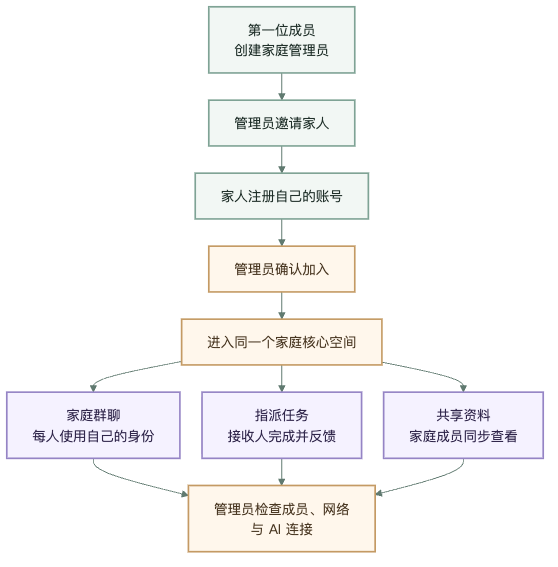
Above: docs/assets/family-collaboration-mobile.png in sujianleo/Family (Mermaid), before the change. Its source is kept beside it as docs/family-collaboration-mobile.mmd. Its diagram source:
```mermaid
%%{init: {"theme": "base", "themeVariables": {"fontFamily": "system-ui, sans-serif", "primaryColor": "#F2F7F4", "primaryTextColor": "#20302A", "primaryBorderColor": "#7FA395", "lineColor": "#607A70", "secondaryColor": "#FFF7EC", "tertiaryColor": "#F5F2FF"}, "flowchart": {"curve": "basis", "nodeSpacing": 26, "rankSpacing": 32}}}%%
flowchart TB
  FIRST["第一位成员<br/>创建家庭管理员"]
  INVITE["管理员邀请家人"]
  REGISTER["家人注册自己的账号"]
  REVIEW["管理员确认加入"]
  CORE["进入同一个家庭核心空间"]
  CHAT["家庭群聊<br/>每人使用自己的身份"]
  TASK["指派任务<br/>接收人完成并反馈"]
  RESOURCE["共享资料<br/>家庭成员同步查看"]
  CHECK["管理员检查成员、网络<br/>与 AI 连接"]

  FIRST --> INVITE --> REGISTER --> REVIEW --> CORE
  CORE --> CHAT
  CORE --> TASK
  CORE --> RESOURCE
  CHAT --> CHECK
  TASK --> CHECK
  RESOURCE --> CHECK

  classDef account fill:#F2F7F4,stroke:#7FA395,color:#20302A,stroke-width:2px;
  classDef approval fill:#FFF7EC,stroke:#C49A64,color:#4A3823,stroke-width:2px;
  classDef collaboration fill:#F5F2FF,stroke:#9584C5,color:#30264B,stroke-width:2px;
  class FIRST,INVITE,REGISTER account;
  class REVIEW,CORE,CHECK approval;
  class CHAT,TASK,RESOURCE collaboration;
```
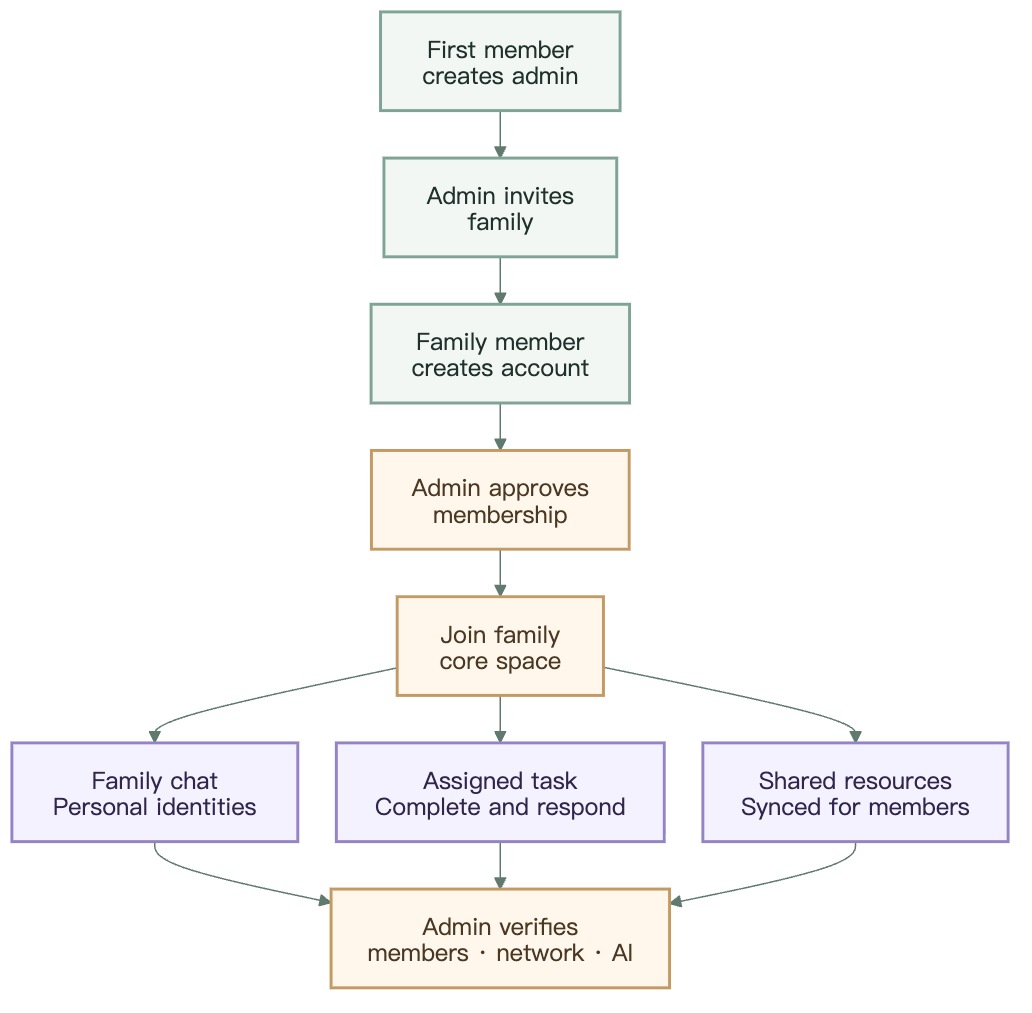
The same file after the commit.

Change to the diagram source:
```diff
@@ -1,14 +1,14 @@
-%%{init: {"theme": "base", "themeVariables": {"fontFamily": "system-ui, sans-serif", "primaryColor": "#F2F7F4", "primaryTextColor": "#20302A", "primaryBorderColor": "#7FA395", "lineColor": "#607A70", "secondaryColor": "#FFF7EC", "tertiaryColor": "#F5F2FF"}, "flowchart": {"curve": "basis", "nodeSpacing": 26, "rankSpacing": 32}}}%%
+%%{init: {"theme": "base", "htmlLabels": false, "themeVariables": {"fontFamily": "Arial, sans-serif", "primaryColor": "#F2F7F4", "primaryTextColor": "#20302A", "primaryBorderColor": "#7FA395", "lineColor": "#607A70", "secondaryColor": "#FFF7EC", "tertiaryColor": "#F5F2FF"}, "flowchart": {"curve": "basis", "nodeSpacing": 26, "rankSpacing": 32, "htmlLabels": false}}}%%
 flowchart TB
-  FIRST["第一位成员<br/>创建家庭管理员"]
-  INVITE["管理员邀请家人"]
-  REGISTER["家人注册自己的账号"]
-  REVIEW["管理员确认加入"]
-  CORE["进入同一个家庭核心空间"]
-  CHAT["家庭群聊<br/>每人使用自己的身份"]
-  TASK["指派任务<br/>接收人完成并反馈"]
-  RESOURCE["共享资料<br/>家庭成员同步查看"]
-  CHECK["管理员检查成员、网络<br/>与 AI 连接"]
+  FIRST["First member<br/>creates admin"]
+  INVITE["Admin invites<br/>family"]
+  REGISTER["Family member<br/>creates account"]
+  REVIEW["Admin approves<br/>membership"]
+  CORE["Join family<br/>core space"]
+  CHAT["Family chat<br/>Personal identities"]
+  TASK["Assigned task<br/>Complete and respond"]
+  RESOURCE["Shared resources<br/>Synced for members"]
+  CHECK["Admin verifies<br/>members · network · AI"]
 
   FIRST --> INVITE --> REGISTER --> REVIEW --> CORE
   CORE --> CHAT
```
